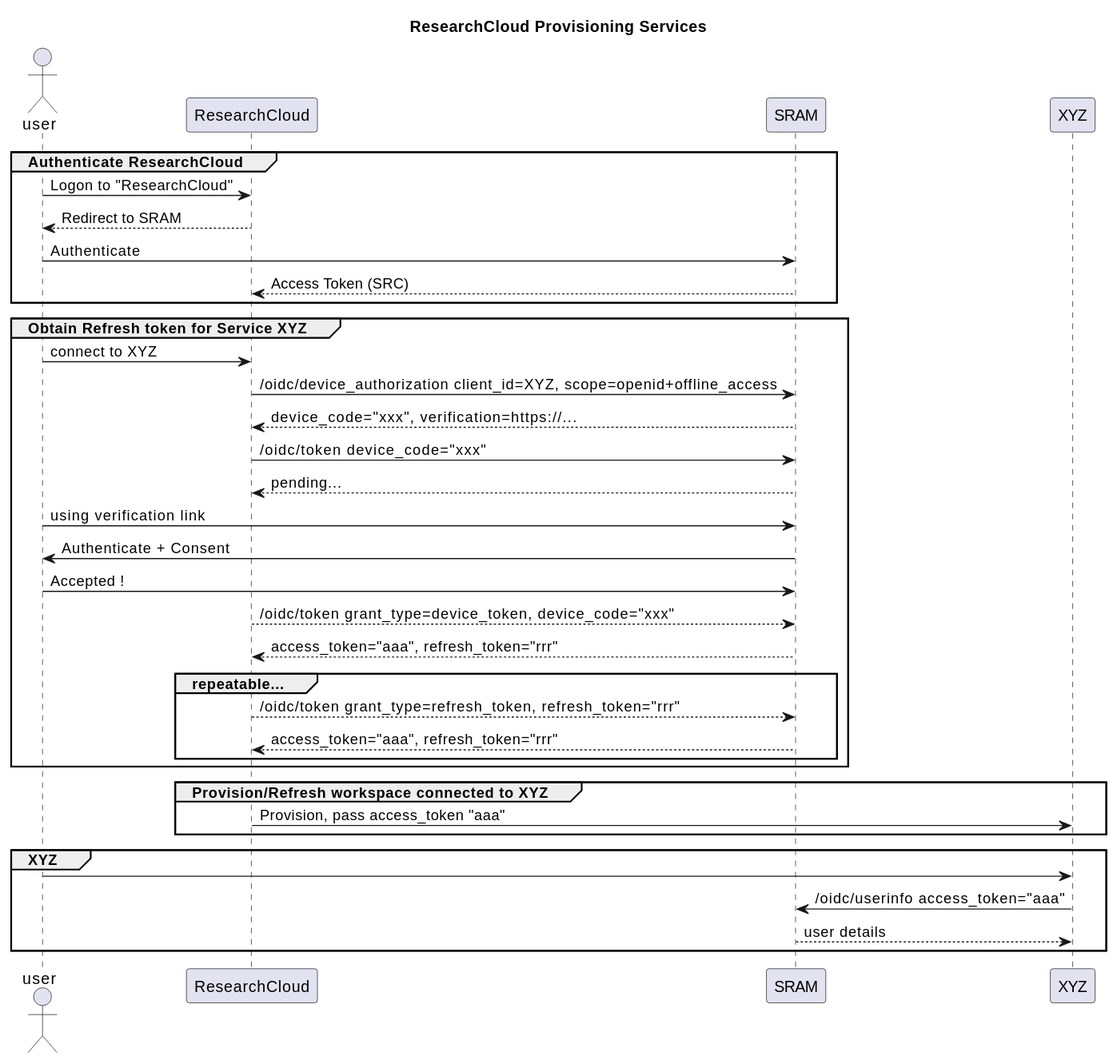
The PlantUML diagram assets/ResearchCloud.svg in HarryKodden/Token-POC, before a commit. Source of this version:
```plantuml
@startuml assets/ResearchCloud

title "ResearchCloud Provisioning Services"

actor user
participant SRC as "ResearchCloud"
participant SRAM

group Authenticate ResearchCloud
user -> SRC: Logon to "ResearchCloud"
user <-- SRC: Redirect to SRAM
user -> SRAM: Authenticate
SRC <-- SRAM: Access Token (SRC)
end

group Obtain Refresh token for Service XYZ
user -> SRC: connect to XYZ
SRC -> SRAM: /oidc/device_authorization client_id=XYZ, scope=openid+offline_access
SRC <-- SRAM: device_code="xxx", verification=https://...
SRC -> SRAM: /oidc/token device_code="xxx"
SRC <-- SRAM: pending...
user -> SRAM: using verification link
user <- SRAM: Authenticate + Consent
user -> SRAM: Accepted !
SRC --> SRAM: /oidc/token grant_type=device_token, device_code="xxx"

SRC <-- SRAM: access_token="aaa", refresh_token="rrr"
group repeatable...
SRC --> SRAM: /oidc/token grant_type=refresh_token, refresh_token="rrr"
SRC <-- SRAM: access_token="aaa", refresh_token="rrr"
end
end

group Provision/Refresh workspace connected to XYZ
SRC -> XYZ: Provision, pass access_token "aaa"
end

group XYZ
user -> XYZ
XYZ -> SRAM: /oidc/userinfo access_token="aaa"
XYZ <-- SRAM: user details
end

@enduml
```
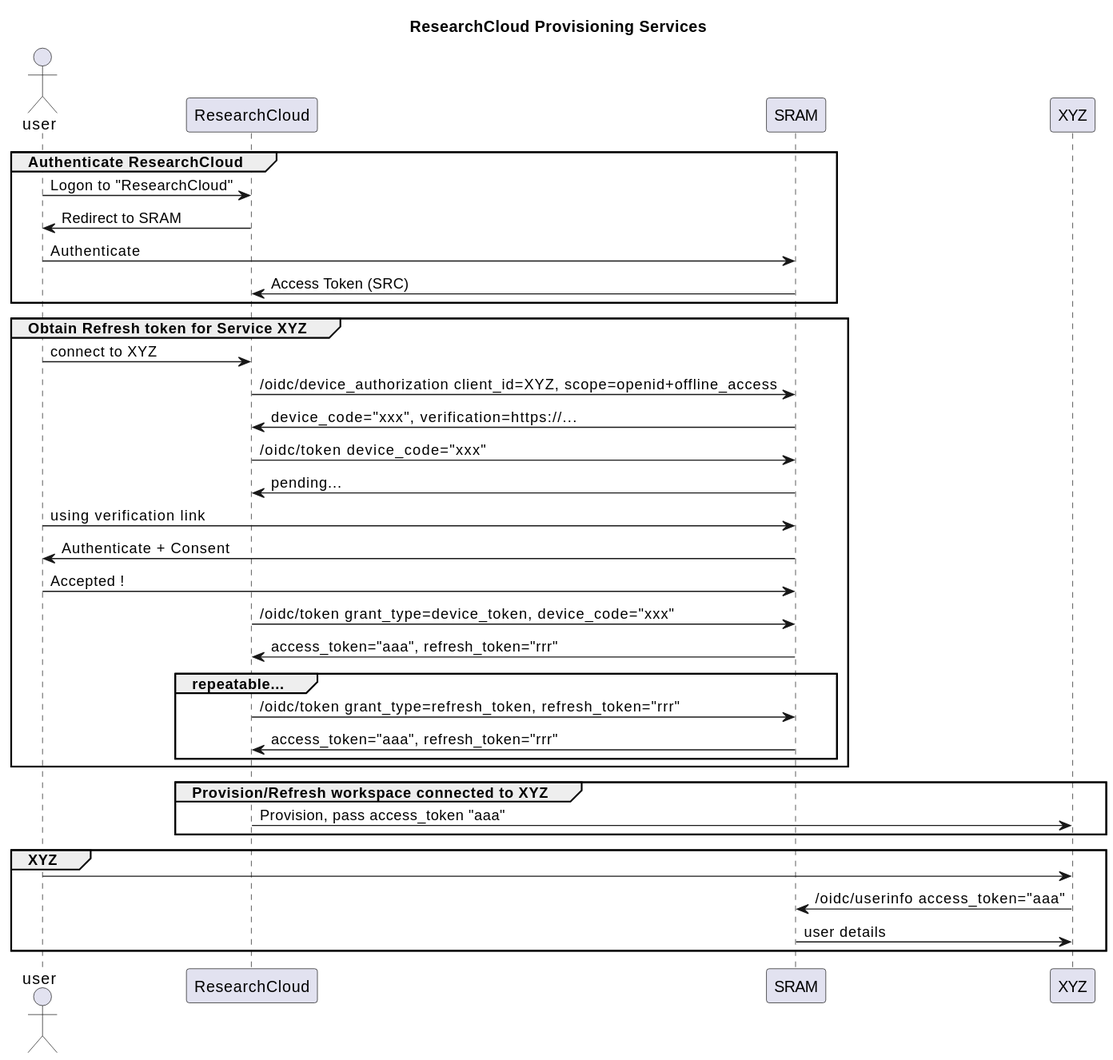
Later version of the same file.

Diff of the diagram source:
```diff
@@ -8,26 +8,26 @@
 
 group Authenticate ResearchCloud
 user -> SRC: Logon to "ResearchCloud"
-user <-- SRC: Redirect to SRAM
+user <- SRC: Redirect to SRAM
 user -> SRAM: Authenticate
-SRC <-- SRAM: Access Token (SRC)
+SRC <- SRAM: Access Token (SRC)
 end
 
 group Obtain Refresh token for Service XYZ
 user -> SRC: connect to XYZ
 SRC -> SRAM: /oidc/device_authorization client_id=XYZ, scope=openid+offline_access
-SRC <-- SRAM: device_code="xxx", verification=https://...
+SRC <- SRAM: device_code="xxx", verification=https://...
 SRC -> SRAM: /oidc/token device_code="xxx"
-SRC <-- SRAM: pending...
+SRC <- SRAM: pending...
 user -> SRAM: using verification link
 user <- SRAM: Authenticate + Consent
 user -> SRAM: Accepted !
-SRC --> SRAM: /oidc/token grant_type=device_token, device_code="xxx"
+SRC -> SRAM: /oidc/token grant_type=device_token, device_code="xxx"
 
-SRC <-- SRAM: access_token="aaa", refresh_token="rrr"
+SRC <- SRAM: access_token="aaa", refresh_token="rrr"
 group repeatable...
-SRC --> SRAM: /oidc/token grant_type=refresh_token, refresh_token="rrr"
-SRC <-- SRAM: access_token="aaa", refresh_token="rrr"
+SRC -> SRAM: /oidc/token grant_type=refresh_token, refresh_token="rrr"
+SRC <- SRAM: access_token="aaa", refresh_token="rrr"
 end
 end
 
@@ -38,7 +38,7 @@
 group XYZ
 user -> XYZ
 XYZ -> SRAM: /oidc/userinfo access_token="aaa"
-XYZ <-- SRAM: user details
+XYZ <- SRAM: user details
 end
 
 @enduml
```
